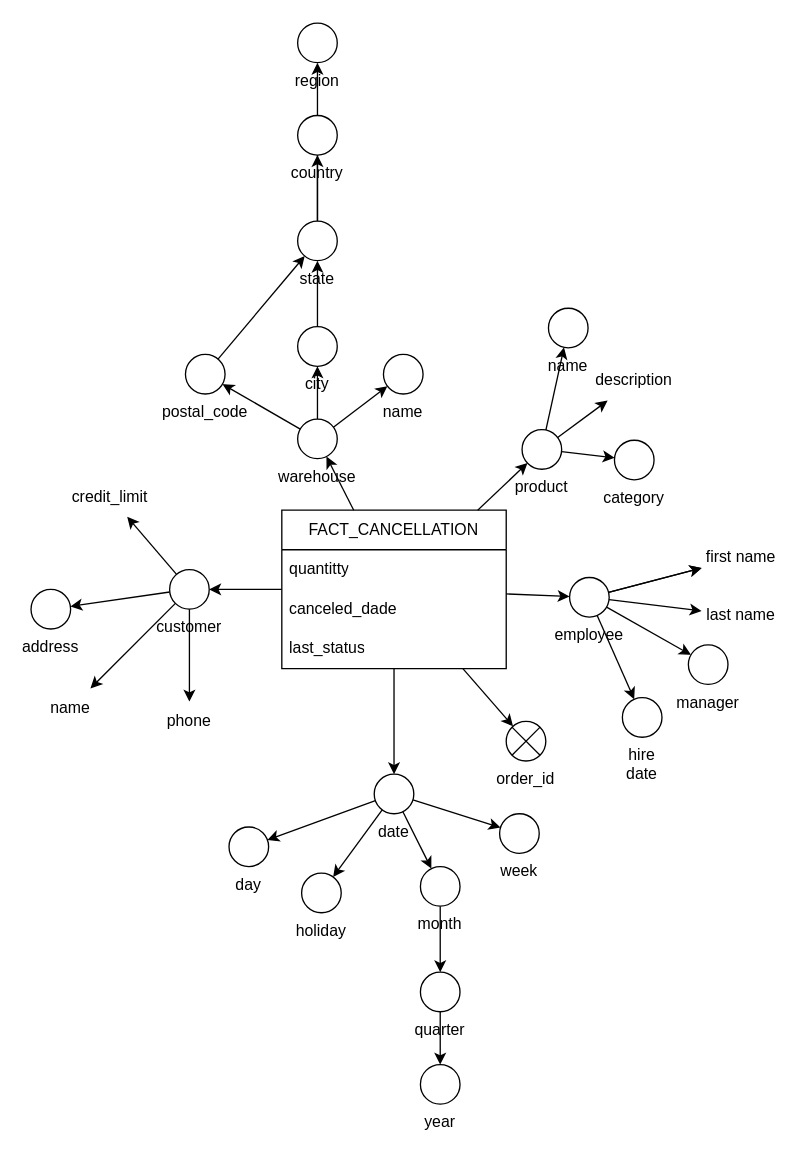
The draw.io diagram page "CANCELLATION_FACT" (4 of 4) of docs/DFM.drawio in joaobraganca555/GlobalTech_ETL, before the edit. Source tidied: cells renumbered, new cells numbered last; positions are measured from the earlier drawing's top-left corner, leaving out a move shared by most shapes. Both pictures are drawn from the tidied source at 132%, with x=0, y=0 at pixel (30, 22).
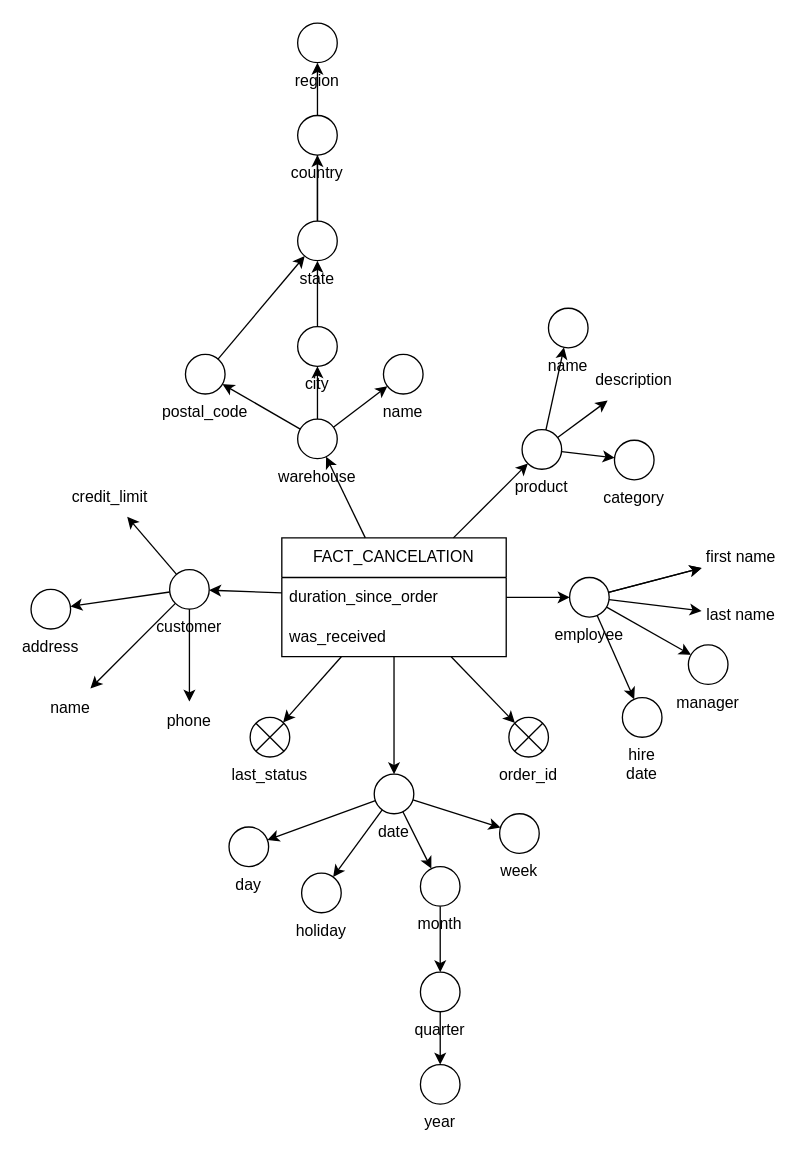
After the change.

Diff of the diagram source:
```diff
@@
+    <mxCell id="67" style="edgeStyle=none;rounded=0;jettySize=auto;html=1;" parent="1" edge="1" source="2" target="5">
+      <mxGeometry relative="1" as="geometry" />
+    </mxCell>
-    <mxCell id="2" value="FACT_CANCELLATION" style="swimlane;fontStyle=0;horizontal=1;startSize=30;whiteSpace=wrap;html=1;" parent="1" vertex="1">
-      <mxGeometry x="190" y="369" width="170" height="120" as="geometry" />
+    <mxCell id="2" value="FACT_CANCELATION" style="swimlane;fontStyle=0;horizontal=1;startSize=30;whiteSpace=wrap;html=1;" parent="1" vertex="1">
+      <mxGeometry x="190" y="390" width="170" height="90" as="geometry" />
     </mxCell>
-    <mxCell id="3" value="quantitty&lt;br&gt;" style="text;strokeColor=none;fillColor=none;align=left;verticalAlign=middle;spacingLeft=4;spacingRight=4;overflow=hidden;whiteSpace=wrap;html=1;" parent="2" vertex="1">
+    <mxCell id="3" value="duration_since_order" style="text;strokeColor=none;fillColor=none;align=left;verticalAlign=middle;spacingLeft=4;spacingRight=4;overflow=hidden;whiteSpace=wrap;html=1;" parent="2" vertex="1">
       <mxGeometry y="30" width="170" height="30" as="geometry" />
     </mxCell>
-    <mxCell id="4" value="canceled_dade" style="text;strokeColor=none;fillColor=none;align=left;verticalAlign=middle;spacingLeft=4;spacingRight=4;overflow=hidden;whiteSpace=wrap;html=1;" parent="2" vertex="1">
-      <mxGeometry y="60" width="170" height="30" as="geometry" />
-    </mxCell>
-    <mxCell id="5" value="last_status" style="text;strokeColor=none;fillColor=none;align=left;verticalAlign=middle;spacingLeft=4;spacingRight=4;overflow=hidden;points=[[0,0.5],[1,0.5]];portConstraint=eastwest;whiteSpace=wrap;html=1;" parent="2" vertex="1">
-      <mxGeometry y="90" width="170" height="30" as="geometry" />
-    </mxCell>
+    <mxCell id="68" value="was_received" style="text;strokeColor=none;fillColor=none;align=left;verticalAlign=middle;spacingLeft=4;spacingRight=4;overflow=hidden;whiteSpace=wrap;html=1;" parent="2" vertex="1">
+      <mxGeometry y="60" width="170" height="30" as="geometry" />
+    </mxCell>
@@
     <mxCell id="31" value="order_id" style="shape=sumEllipse;perimeter=ellipsePerimeter;whiteSpace=wrap;html=1;backgroundOutline=1;labelPosition=center;verticalLabelPosition=bottom;align=center;verticalAlign=top;" parent="1" vertex="1">
-      <mxGeometry x="360" y="529" width="30" height="30" as="geometry" />
+      <mxGeometry x="362" y="526" width="30" height="30" as="geometry" />
     </mxCell>
@@
+    <mxCell id="5" value="last_status" style="shape=sumEllipse;perimeter=ellipsePerimeter;whiteSpace=wrap;html=1;backgroundOutline=1;labelPosition=center;verticalLabelPosition=bottom;align=center;verticalAlign=top;" parent="1" vertex="1">
+      <mxGeometry x="166" y="526" width="30" height="30" as="geometry" />
+    </mxCell>
```
